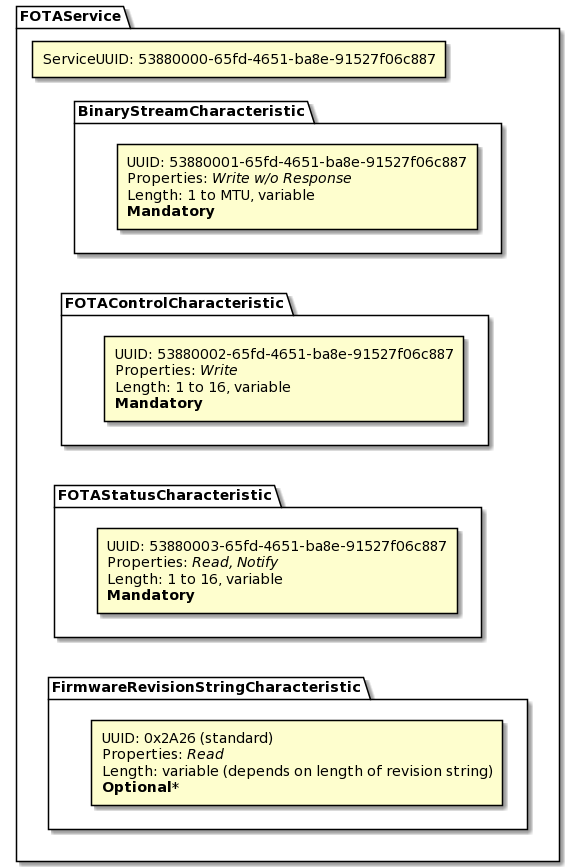
ARMmbed/mbed-os-experimental-ble-services keeps this PlantUML diagram as services/FOTA/docs/img/fota-service.png. Above is the earlier version.
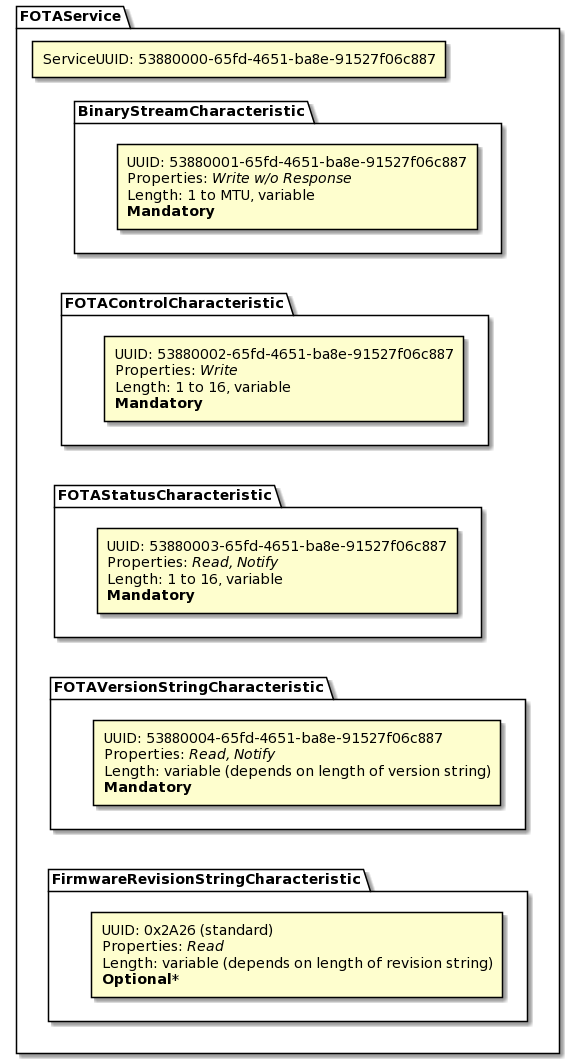
Above is the later version.

Commit message:
Add FOTAVersionStringCharacteristic to spec

Diff of the diagram source:
```diff
@@ -28,6 +28,14 @@
          **Mandatory**
       ]
    }
+   package "FOTAVersionStringCharacteristic" {
+      component FOTAVSC_PROPS [
+         UUID: 53880004-65fd-4651-ba8e-91527f06c887
+         Properties: //Read, Notify//
+         Length: variable (depends on length of version string)
+         **Mandatory**
+      ]
+   }
    package "FirmwareRevisionStringCharacteristic" {
       component FRSC_PROPS [
          UUID: 0x2A26 (standard)
@@ -40,5 +48,6 @@
 ServiceUUID -[hidden]down- BinaryStreamCharacteristic
 BinaryStreamCharacteristic -[hidden]down- FOTAControlCharacteristic
 FOTAControlCharacteristic -[hidden]down- FOTAStatusCharacteristic
-FOTAStatusCharacteristic -[hidden]down- FirmwareRevisionStringCharacteristic
+FOTAStatusCharacteristic -[hidden]down- FOTAVersionStringCharacteristic
+FOTAVersionStringCharacteristic -[hidden]down- FirmwareRevisionStringCharacteristic
 @enduml
```
